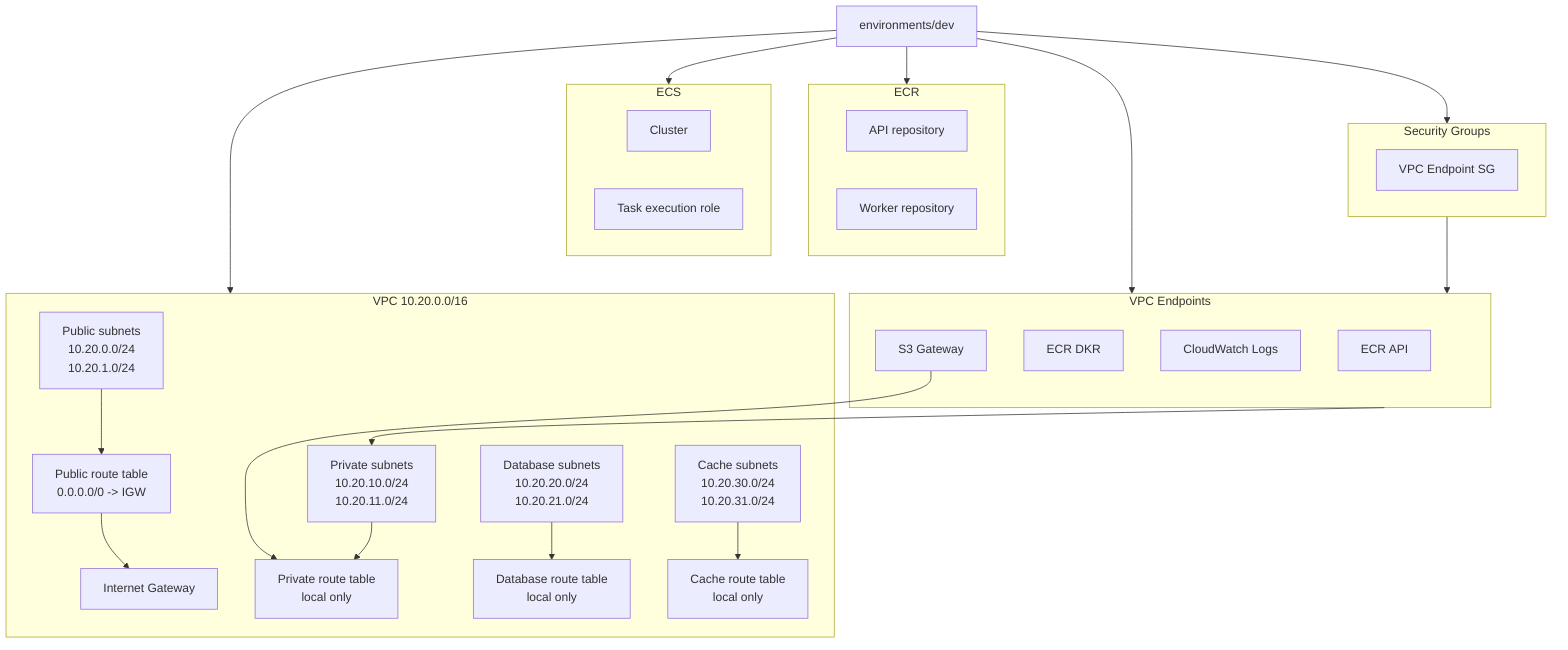
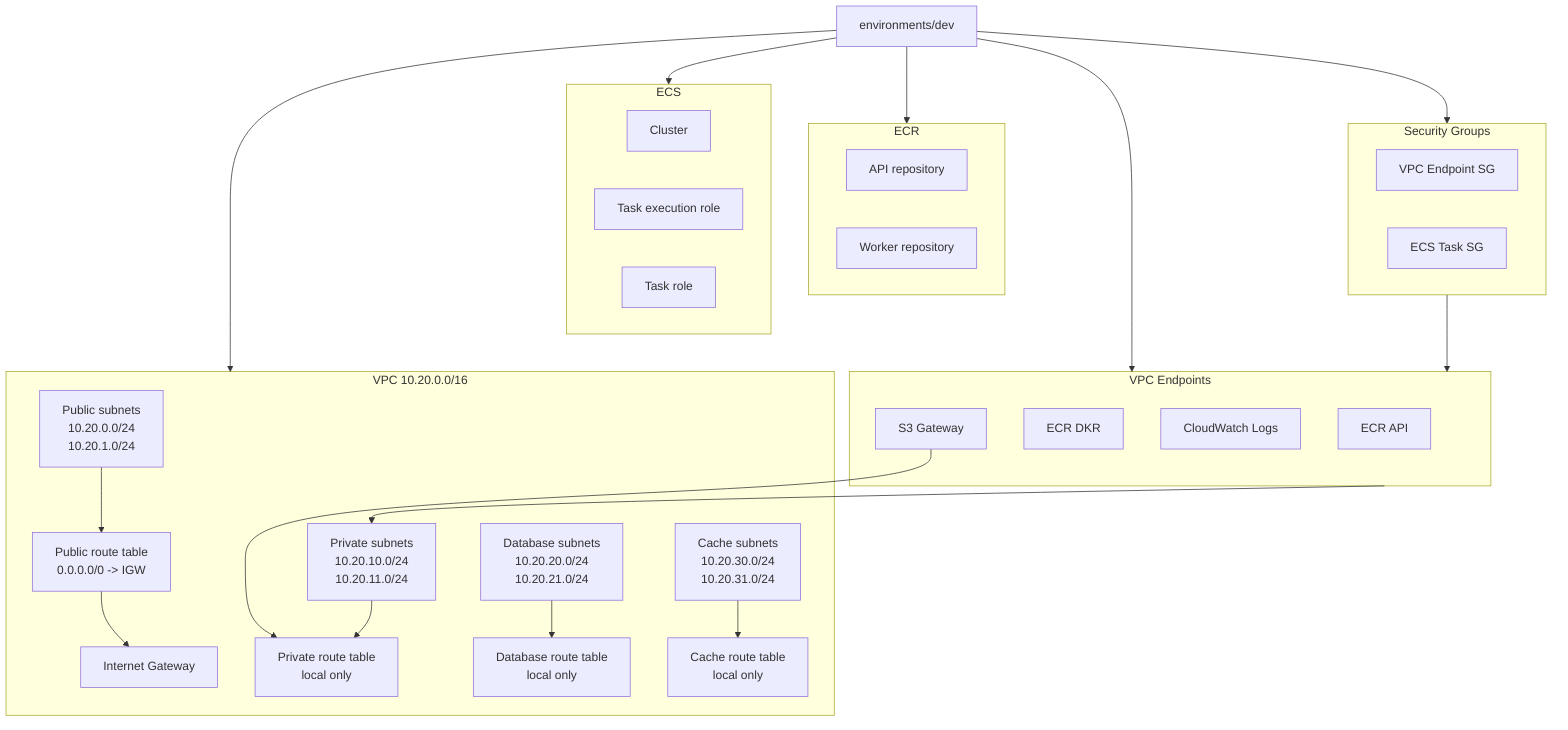
flowchart TB
  root["environments/dev"]

  subgraph ecr["ECR"]
    api_repo["API repository"]
    worker_repo["Worker repository"]
  end

  subgraph ecs["ECS"]
    cluster["Cluster"]
    task_execution_role["Task execution role"]
+     task_role["Task role"]
  end

  subgraph endpoints["VPC Endpoints"]
    ecr_api["ECR API"]
    ecr_dkr["ECR DKR"]
    logs_endpoint["CloudWatch Logs"]
    s3_gateway["S3 Gateway"]
  end

  subgraph security["Security Groups"]
    vpce_sg["VPC Endpoint SG"]
+     ecs_task_sg["ECS Task SG"]
  end

  subgraph vpc["VPC 10.20.0.0/16"]
    igw["Internet Gateway"]

    public["Public subnets\n10.20.0.0/24\n10.20.1.0/24"]
    private["Private subnets\n10.20.10.0/24\n10.20.11.0/24"]
    database["Database subnets\n10.20.20.0/24\n10.20.21.0/24"]
    cache["Cache subnets\n10.20.30.0/24\n10.20.31.0/24"]

    public_rt["Public route table\n0.0.0.0/0 -> IGW"]
    private_rt["Private route table\nlocal only"]
    database_rt["Database route table\nlocal only"]
    cache_rt["Cache route table\nlocal only"]
  end

  root --> ecr
  root --> ecs
  root --> endpoints
  root --> security
  root --> vpc
  security --> endpoints
  endpoints --> private
  s3_gateway --> private_rt
  public --> public_rt
  public_rt --> igw
  private --> private_rt
  database --> database_rt
  cache --> cache_rt
